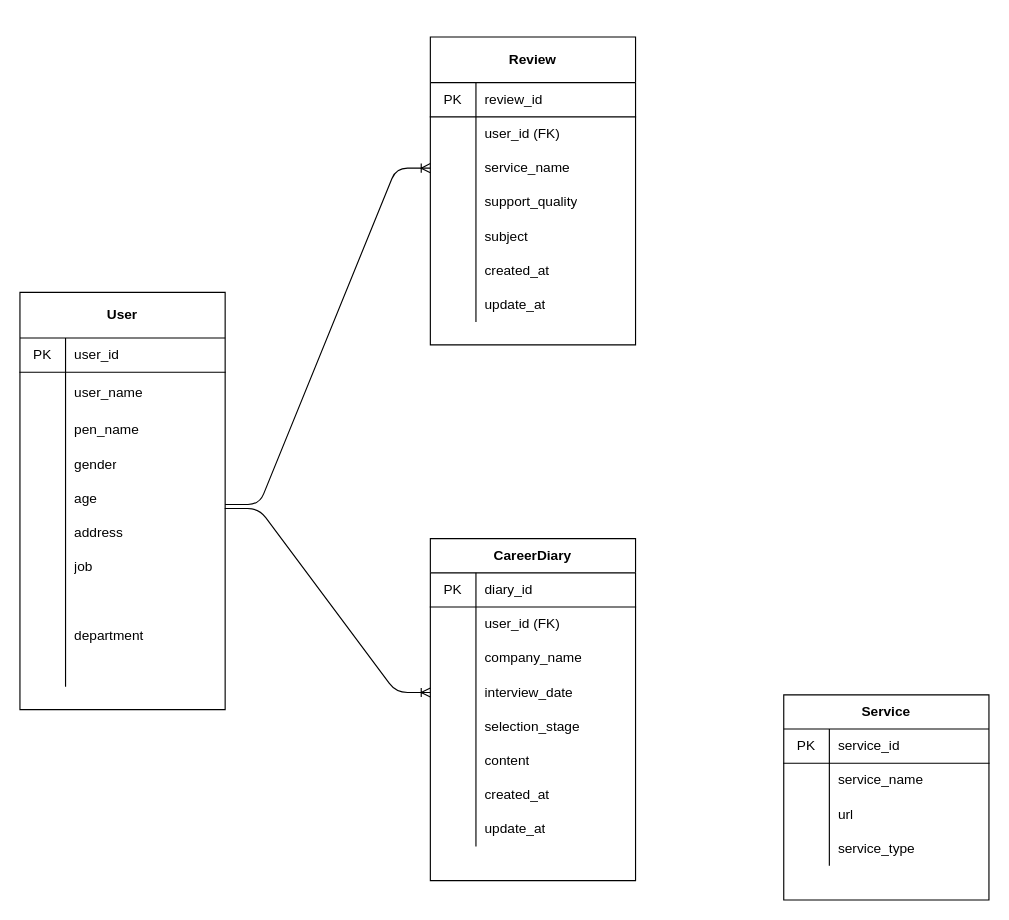
Earlier version of the draw.io diagram venv_private_diary/private_diary/設計図/ER.drawio (kotaro-777/CARICOMI). Source tidied: cells renumbered, new cells numbered last; positions are measured from the earlier drawing's top-left corner, leaving out a move shared by most shapes. Both pictures are drawn from the tidied source at 114%, with x=0, y=0 at pixel (19, 36).
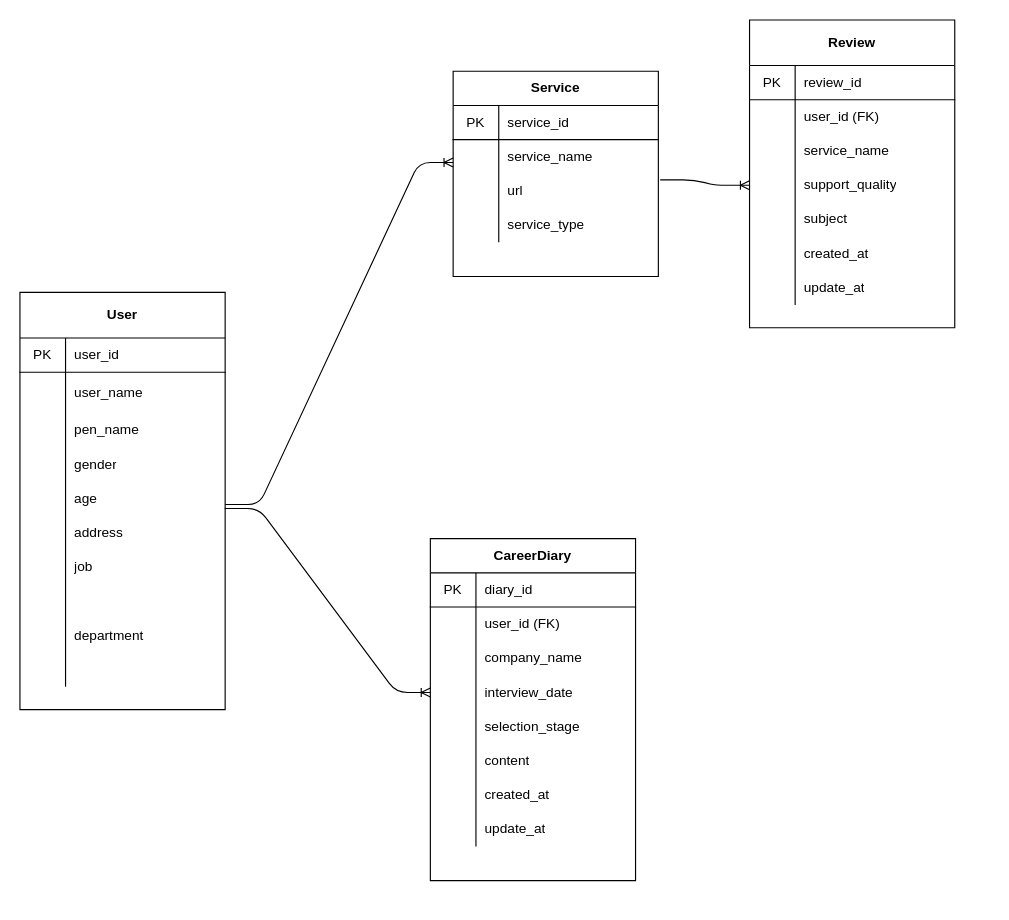
Above is the later version.

The change refers to these unchanged cells:
```xml
<mxCell id="9" style="shape=partialRectangle;html=1;whiteSpace=wrap;fillColor=none;top=0;left=0;bottom=0;right=0;points=[[0,0.5],[1,0.5]];portConstraint=eastwest;" parent="2" vertex="1">
  <mxGeometry y="90" width="180" height="30" as="geometry" />
</mxCell>
<mxCell id="22" style="shape=partialRectangle;html=1;whiteSpace=wrap;fillColor=none;top=0;left=0;bottom=0;right=0;points=[[0,0.5],[1,0.5]];portConstraint=eastwest;" parent="15" vertex="1">
  <mxGeometry y="100" width="180" height="30" as="geometry" />
</mxCell>
<mxCell id="25" style="shape=partialRectangle;html=1;whiteSpace=wrap;fillColor=none;top=0;left=0;bottom=0;right=0;points=[[0,0.5],[1,0.5]];portConstraint=eastwest;" parent="15" vertex="1">
  <mxGeometry y="130" width="180" height="30" as="geometry" />
</mxCell>
```

Change to the diagram source:
```diff
@@
     <mxCell id="2" value="Service" style="shape=table;html=1;whiteSpace=wrap;startSize=30;childLayout=tableLayout;rowLines=0;fontStyle=1;align=center;" parent="1" vertex="1">
-      <mxGeometry x="670" y="577" width="180" height="180" as="geometry" />
+      <mxGeometry x="380" y="30" width="180" height="180" as="geometry" />
     </mxCell>
@@
     <mxCell id="15" value="Review" style="shape=table;html=1;whiteSpace=wrap;startSize=40;childLayout=tableLayout;rowLines=0;fontStyle=1;align=center;" parent="1" vertex="1">
-      <mxGeometry x="360" width="180" height="270" as="geometry" />
+      <mxGeometry x="640" y="-15" width="180" height="270" as="geometry" />
     </mxCell>
@@
-    <mxCell id="94" style="edgeStyle=entityRelationEdgeStyle;fontSize=12;html=1;endArrow=ERoneToMany;entryX=0;entryY=0.5;entryDx=0;entryDy=0;" parent="1" edge="1" target="22">
+    <mxCell id="94" style="edgeStyle=entityRelationEdgeStyle;fontSize=12;html=1;endArrow=ERoneToMany;" parent="1" edge="1">
       <mxGeometry relative="1" as="geometry">
         <mxPoint x="180" y="410" as="sourcePoint" />
+        <mxPoint x="380" y="110" as="targetPoint" />
       </mxGeometry>
     </mxCell>
+    <mxCell id="95" style="edgeStyle=entityRelationEdgeStyle;fontSize=12;html=1;endArrow=ERoneToMany;entryX=0;entryY=0.5;entryDx=0;entryDy=0;exitX=1.009;exitY=0.178;exitDx=0;exitDy=0;exitPerimeter=0;" parent="1" edge="1" source="9" target="25">
+      <mxGeometry relative="1" as="geometry" />
+    </mxCell>
```
